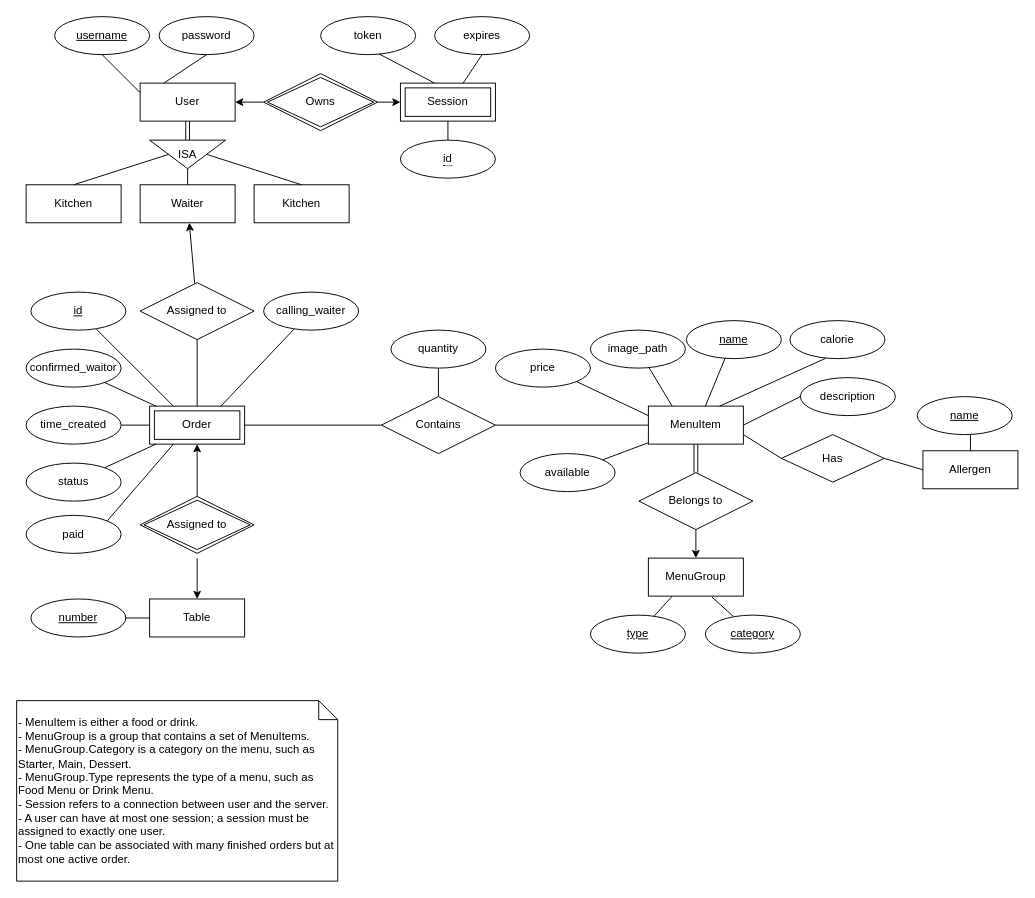
Above: doc/backend/database-design/ER-diagram.drawio in Spencer-Georgiou/Uni-Y2-Team (draw.io), before the change. Source tidied: cells renumbered, new cells numbered last; positions are measured from the earlier drawing's top-left corner, leaving out a move shared by most shapes. Both pictures are drawn from the tidied source at 95%, with x=0, y=0 at pixel (16, 16).
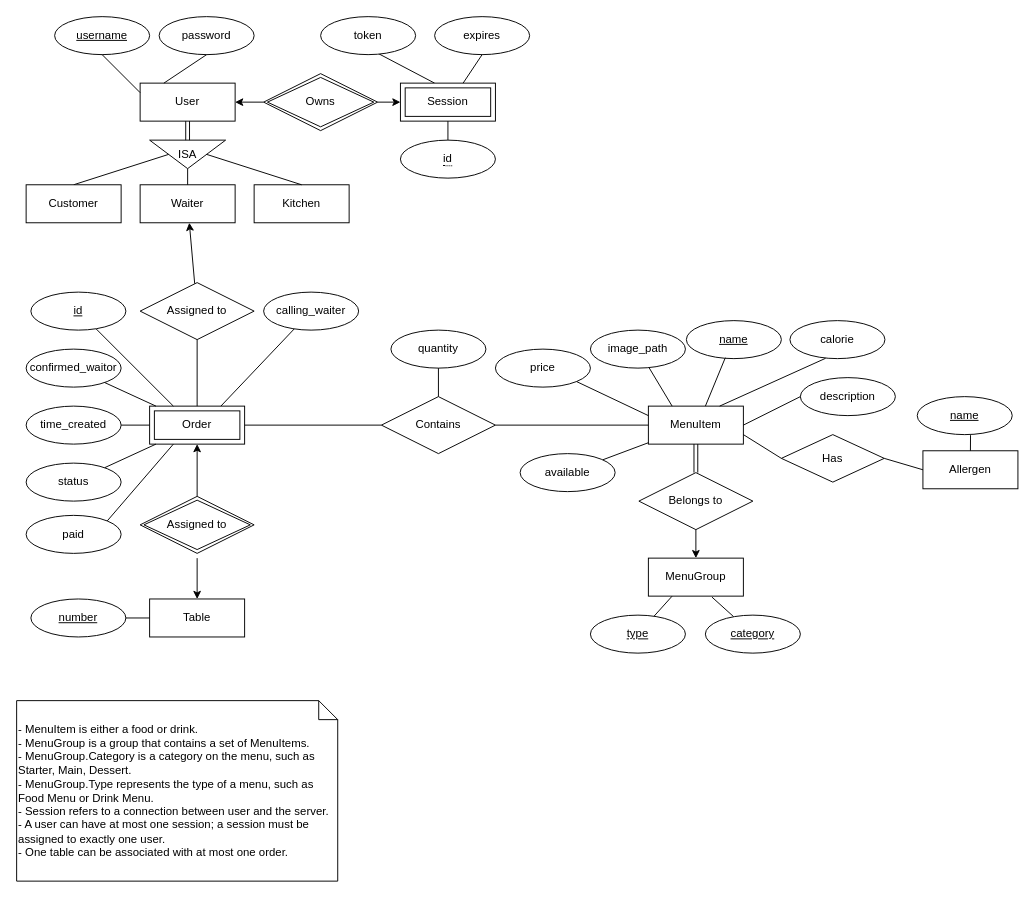
The same page after the edit.

Commit message (it also covers changes not shown here):
docs(Diagram): correct errors in the er-diagram

Change to the diagram source:
```diff
@@
-    <mxCell id="36" value="- MenuItem is either a food or drink.&lt;br&gt;- MenuGroup is a group that contains a set of MenuItems.&lt;br&gt;- MenuGroup.Category is a category on the menu, such as Starter, Main, Dessert.&lt;br&gt;- MenuGroup.Type represents the type of a menu, such as Food Menu or Drink Menu.&lt;br&gt;- Session refers to a connection between user and the server.&lt;br&gt;- A user can have at most one session; a session must be assigned to exactly one user.&lt;br&gt;- One table can be associated with many finished orders but at most one active order." style="shape=note;size=20;whiteSpace=wrap;html=1;align=left;" parent="1" vertex="1">
+    <mxCell id="36" value="- MenuItem is either a food or drink.&lt;br&gt;- MenuGroup is a group that contains a set of MenuItems.&lt;br&gt;- MenuGroup.Category is a category on the menu, such as Starter, Main, Dessert.&lt;br&gt;- MenuGroup.Type represents the type of a menu, such as Food Menu or Drink Menu.&lt;br&gt;- Session refers to a connection between user and the server.&lt;br&gt;- A user can have at most one session; a session must be assigned to exactly one user.&lt;br&gt;- One table can be associated with at most one order." style="shape=note;size=20;whiteSpace=wrap;html=1;align=left;" parent="1" vertex="1">
       <mxGeometry y="720" width="338" height="190" as="geometry" />
     </mxCell>
@@
-    <mxCell id="67" value="Kitchen" style="whiteSpace=wrap;html=1;align=center;" parent="1" vertex="1">
+    <mxCell id="67" value="Customer" style="whiteSpace=wrap;html=1;align=center;" parent="1" vertex="1">
       <mxGeometry x="10" y="177" width="100" height="40" as="geometry" />
     </mxCell>
```
